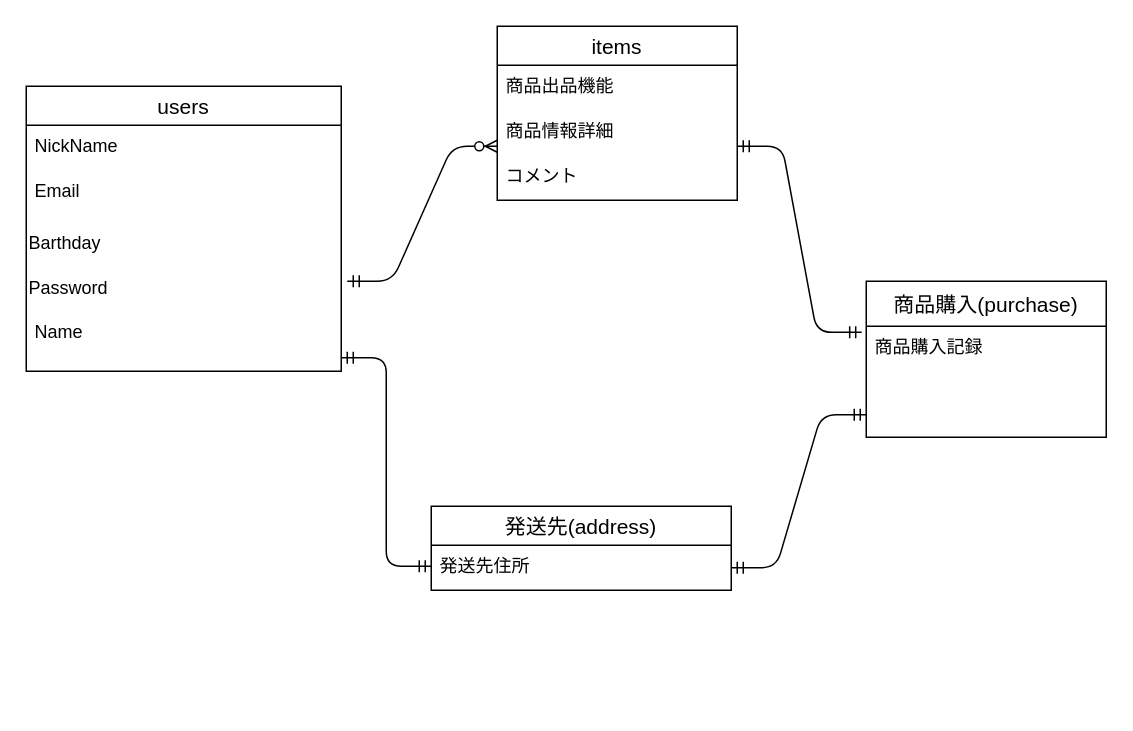
Before: furima.dio in kenta-sato29/furima-30446, a draw.io diagram. Source tidied: cells renumbered, new cells numbered last; positions are measured from the earlier drawing's top-left corner, leaving out a move shared by most shapes. Both pictures are drawn from the tidied source at 150%, with x=0, y=0 at pixel (26, 26).
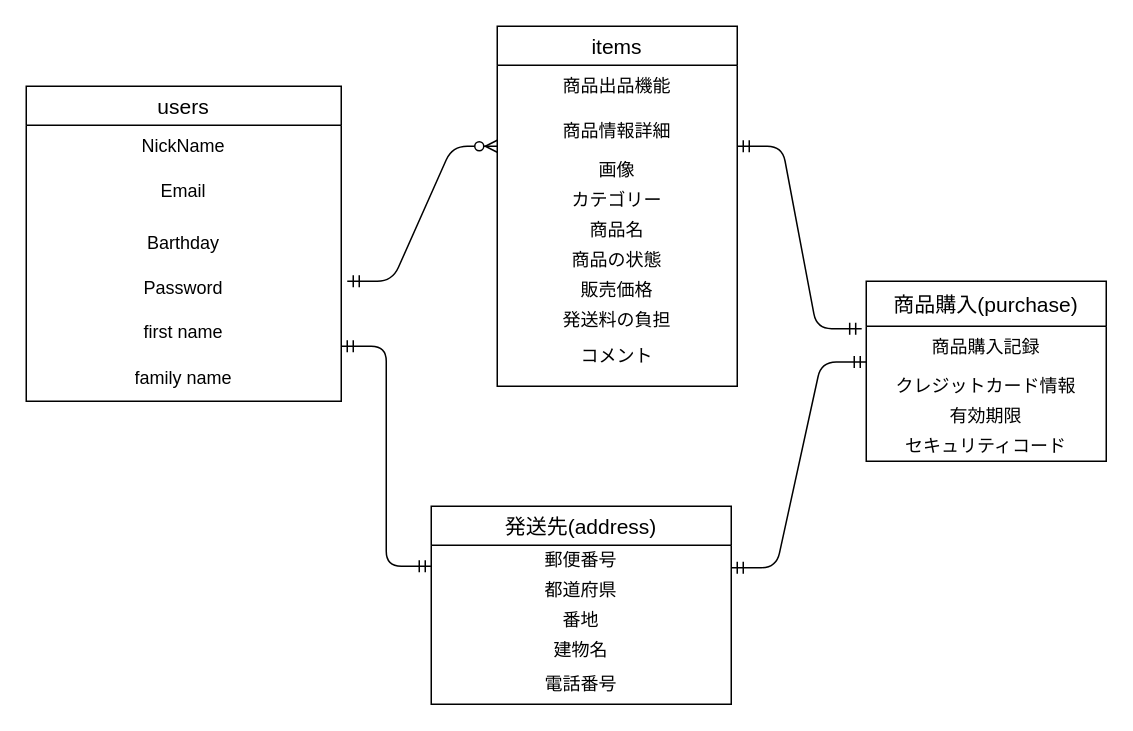
The same diagram, later.

Diff of the diagram source:
```diff
@@
     <mxCell id="2" value="users" style="swimlane;fontStyle=0;horizontal=1;startSize=26;align=center;fontSize=14;" parent="1" vertex="1">
-      <mxGeometry y="40" width="210" height="190" as="geometry" />
+      <mxGeometry y="40" width="210" height="210" as="geometry" />
     </mxCell>
-    <mxCell id="3" value="NickName" style="text;strokeColor=none;fillColor=none;spacingLeft=4;spacingRight=4;overflow=hidden;fontSize=12;" parent="2" vertex="1">
+    <mxCell id="3" value="NickName" style="text;strokeColor=none;fillColor=none;spacingLeft=4;spacingRight=4;overflow=hidden;fontSize=12;align=center;" parent="2" vertex="1">
       <mxGeometry y="26" width="210" height="30" as="geometry" />
     </mxCell>
-    <mxCell id="4" value="Email" style="text;strokeColor=none;fillColor=none;spacingLeft=4;spacingRight=4;overflow=hidden;fontSize=12;" parent="2" vertex="1">
+    <mxCell id="4" value="Email" style="text;strokeColor=none;fillColor=none;spacingLeft=4;spacingRight=4;overflow=hidden;fontSize=12;align=center;" parent="2" vertex="1">
       <mxGeometry y="56" width="210" height="34" as="geometry" />
     </mxCell>
-    <mxCell id="5" value="Barthday" style="text;html=1;strokeColor=none;fillColor=none;align=left;verticalAlign=middle;whiteSpace=wrap;overflow=hidden;" parent="2" vertex="1">
+    <mxCell id="5" value="Barthday" style="text;html=1;strokeColor=none;fillColor=none;align=center;verticalAlign=middle;whiteSpace=wrap;overflow=hidden;" parent="2" vertex="1">
       <mxGeometry y="90" width="210" height="30" as="geometry" />
     </mxCell>
-    <mxCell id="6" value="Password" style="text;html=1;strokeColor=none;fillColor=none;align=left;verticalAlign=middle;whiteSpace=wrap;overflow=hidden;" parent="2" vertex="1">
+    <mxCell id="6" value="Password" style="text;html=1;strokeColor=none;fillColor=none;align=center;verticalAlign=middle;whiteSpace=wrap;overflow=hidden;" parent="2" vertex="1">
       <mxGeometry y="120" width="210" height="30" as="geometry" />
     </mxCell>
-    <mxCell id="7" value="Name&#10;" style="text;strokeColor=none;fillColor=none;spacingLeft=4;spacingRight=4;overflow=hidden;points=[[0,0.5],[1,0.5]];portConstraint=eastwest;fontSize=12;" parent="2" vertex="1">
-      <mxGeometry y="150" width="210" height="40" as="geometry" />
+    <mxCell id="7" value="first name" style="text;strokeColor=none;fillColor=none;spacingLeft=4;spacingRight=4;overflow=hidden;points=[[0,0.5],[1,0.5]];portConstraint=eastwest;fontSize=12;align=center;" parent="2" vertex="1">
+      <mxGeometry y="150" width="210" height="30" as="geometry" />
     </mxCell>
+    <mxCell id="20" value="&lt;span style=&quot;&quot;&gt;family name&lt;/span&gt;" style="text;html=1;strokeColor=none;fillColor=none;align=center;verticalAlign=middle;whiteSpace=wrap;overflow=hidden;" parent="2" vertex="1">
+      <mxGeometry y="180" width="210" height="30" as="geometry" />
+    </mxCell>
     <mxCell id="8" value="items" style="swimlane;fontStyle=0;horizontal=1;startSize=26;align=center;fontSize=14;" parent="1" vertex="1">
-      <mxGeometry x="314" width="160" height="116" as="geometry" />
+      <mxGeometry x="314" width="160" height="240" as="geometry" />
     </mxCell>
-    <mxCell id="9" value="商品出品機能" style="text;strokeColor=none;fillColor=none;spacingLeft=4;spacingRight=4;overflow=hidden;fontSize=12;" parent="8" vertex="1">
+    <mxCell id="9" value="商品出品機能" style="text;strokeColor=none;fillColor=none;spacingLeft=4;spacingRight=4;overflow=hidden;fontSize=12;align=center;" parent="8" vertex="1">
       <mxGeometry y="26" width="160" height="30" as="geometry" />
     </mxCell>
-    <mxCell id="10" value="商品情報詳細" style="text;strokeColor=none;fillColor=none;spacingLeft=4;spacingRight=4;overflow=hidden;fontSize=12;" parent="8" vertex="1">
+    <mxCell id="10" value="商品情報詳細" style="text;strokeColor=none;fillColor=none;spacingLeft=4;spacingRight=4;overflow=hidden;fontSize=12;align=center;" parent="8" vertex="1">
       <mxGeometry y="56" width="160" height="30" as="geometry" />
     </mxCell>
+    <mxCell id="21" value="画像" style="text;html=1;strokeColor=none;fillColor=none;align=center;verticalAlign=middle;whiteSpace=wrap;overflow=hidden;" parent="8" vertex="1">
+      <mxGeometry y="86" width="160" height="20" as="geometry" />
+    </mxCell>
+    <mxCell id="22" value="カテゴリー&lt;br&gt;" style="text;html=1;strokeColor=none;fillColor=none;align=center;verticalAlign=middle;whiteSpace=wrap;overflow=hidden;" parent="8" vertex="1">
+      <mxGeometry y="106" width="160" height="20" as="geometry" />
+    </mxCell>
+    <mxCell id="23" value="商品名" style="text;html=1;strokeColor=none;fillColor=none;align=center;verticalAlign=middle;whiteSpace=wrap;overflow=hidden;" parent="8" vertex="1">
+      <mxGeometry y="126" width="160" height="20" as="geometry" />
+    </mxCell>
+    <mxCell id="24" value="商品の状態" style="text;html=1;strokeColor=none;fillColor=none;align=center;verticalAlign=middle;whiteSpace=wrap;overflow=hidden;" parent="8" vertex="1">
+      <mxGeometry y="146" width="160" height="20" as="geometry" />
+    </mxCell>
+    <mxCell id="25" value="販売価格" style="text;html=1;strokeColor=none;fillColor=none;align=center;verticalAlign=middle;whiteSpace=wrap;overflow=hidden;" parent="8" vertex="1">
+      <mxGeometry y="166" width="160" height="20" as="geometry" />
+    </mxCell>
+    <mxCell id="26" value="発送料の負担" style="text;html=1;strokeColor=none;fillColor=none;align=center;verticalAlign=middle;whiteSpace=wrap;overflow=hidden;" parent="8" vertex="1">
+      <mxGeometry y="186" width="160" height="20" as="geometry" />
+    </mxCell>
-    <mxCell id="11" value="コメント" style="text;strokeColor=none;fillColor=none;spacingLeft=4;spacingRight=4;overflow=hidden;fontSize=12;" parent="8" vertex="1">
-      <mxGeometry y="86" width="160" height="30" as="geometry" />
+    <mxCell id="11" value="コメント" style="text;strokeColor=none;fillColor=none;spacingLeft=4;spacingRight=4;overflow=hidden;fontSize=12;align=center;" parent="8" vertex="1">
+      <mxGeometry y="206" width="160" height="34" as="geometry" />
     </mxCell>
@@
-    <mxCell id="13" style="edgeStyle=entityRelationEdgeStyle;fontSize=12;html=1;endArrow=ERmandOne;startArrow=ERmandOne;entryX=0;entryY=0.797;entryDx=0;entryDy=0;entryPerimeter=0;exitX=1;exitY=0.5;exitDx=0;exitDy=0;" parent="1" edge="1" source="15" target="17">
-      <mxGeometry relative="1" as="geometry" />
+    <mxCell id="13" style="edgeStyle=entityRelationEdgeStyle;fontSize=12;html=1;endArrow=ERmandOne;startArrow=ERmandOne;entryX=0;entryY=0.797;entryDx=0;entryDy=0;entryPerimeter=0;exitX=1;exitY=0.5;exitDx=0;exitDy=0;" parent="1" edge="1" target="17">
+      <mxGeometry relative="1" as="geometry">
+        <mxPoint x="470" y="361" as="sourcePoint" />
+      </mxGeometry>
     </mxCell>
     <mxCell id="14" value="発送先(address)" style="swimlane;fontStyle=0;horizontal=1;startSize=26;align=center;fontSize=14;" parent="1" vertex="1">
-      <mxGeometry x="270" y="320" width="200" height="56" as="geometry" />
+      <mxGeometry x="270" y="320" width="200" height="132" as="geometry" />
     </mxCell>
-    <mxCell id="15" value="発送先住所" style="text;strokeColor=none;fillColor=none;spacingLeft=4;spacingRight=4;overflow=hidden;points=[[0,0.5],[1,0.5]];portConstraint=eastwest;fontSize=12;" parent="14" vertex="1">
-      <mxGeometry y="26" width="200" height="30" as="geometry" />
-    </mxCell>
+    <mxCell id="27" value="郵便番号" style="text;html=1;strokeColor=none;fillColor=none;align=center;verticalAlign=middle;whiteSpace=wrap;overflow=hidden;" parent="14" vertex="1">
+      <mxGeometry y="26" width="200" height="20" as="geometry" />
+    </mxCell>
+    <mxCell id="28" value="都道府県" style="text;html=1;strokeColor=none;fillColor=none;align=center;verticalAlign=middle;whiteSpace=wrap;overflow=hidden;" parent="14" vertex="1">
+      <mxGeometry y="46" width="200" height="20" as="geometry" />
+    </mxCell>
+    <mxCell id="29" value="番地" style="text;html=1;strokeColor=none;fillColor=none;align=center;verticalAlign=middle;whiteSpace=wrap;overflow=hidden;" parent="14" vertex="1">
+      <mxGeometry y="66" width="200" height="20" as="geometry" />
+    </mxCell>
+    <mxCell id="30" value="建物名" style="text;html=1;strokeColor=none;fillColor=none;align=center;verticalAlign=middle;whiteSpace=wrap;overflow=hidden;" parent="14" vertex="1">
+      <mxGeometry y="86" width="200" height="20" as="geometry" />
+    </mxCell>
+    <mxCell id="31" value="電話番号" style="text;html=1;strokeColor=none;fillColor=none;align=center;verticalAlign=middle;whiteSpace=wrap;overflow=hidden;" parent="14" vertex="1">
+      <mxGeometry y="106" width="200" height="26" as="geometry" />
+    </mxCell>
     <mxCell id="16" value="商品購入(purchase)" style="swimlane;fontStyle=0;horizontal=1;startSize=30;align=center;fontSize=14;" parent="1" vertex="1">
-      <mxGeometry x="560" y="170" width="160" height="104" as="geometry" />
+      <mxGeometry x="560" y="170" width="160" height="120" as="geometry" />
     </mxCell>
-    <mxCell id="17" value="商品購入記録" style="text;strokeColor=none;fillColor=none;spacingLeft=4;spacingRight=4;overflow=hidden;points=[[0,0.5],[1,0.5]];portConstraint=eastwest;fontSize=12;" parent="16" vertex="1">
-      <mxGeometry y="30" width="160" height="74" as="geometry" />
+    <mxCell id="17" value="商品購入記録" style="text;strokeColor=none;fillColor=none;spacingLeft=4;spacingRight=4;overflow=hidden;points=[[0,0.5],[1,0.5]];portConstraint=eastwest;fontSize=12;align=center;" parent="16" vertex="1">
+      <mxGeometry y="30" width="160" height="30" as="geometry" />
     </mxCell>
+    <mxCell id="32" value="クレジットカード情報" style="text;html=1;strokeColor=none;fillColor=none;align=center;verticalAlign=middle;whiteSpace=wrap;overflow=hidden;" parent="16" vertex="1">
+      <mxGeometry y="60" width="160" height="20" as="geometry" />
+    </mxCell>
+    <mxCell id="33" value="有効期限" style="text;html=1;strokeColor=none;fillColor=none;align=center;verticalAlign=middle;whiteSpace=wrap;overflow=hidden;" parent="16" vertex="1">
+      <mxGeometry y="80" width="160" height="20" as="geometry" />
+    </mxCell>
+    <mxCell id="34" value="セキュリティコード" style="text;html=1;strokeColor=none;fillColor=none;align=center;verticalAlign=middle;whiteSpace=wrap;overflow=hidden;" parent="16" vertex="1">
+      <mxGeometry y="100" width="160" height="20" as="geometry" />
+    </mxCell>
```
